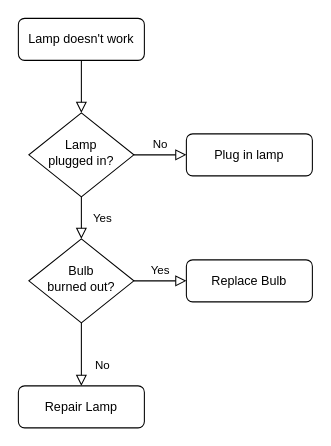
Above: 未命名绘图.drawio in ypsliu/AIMAGES (draw.io), before the change. Source tidied: cells renumbered, new cells numbered last; positions are measured from the earlier drawing's top-left corner, leaving out a move shared by most shapes. Both pictures are drawn from the tidied source at 105%, with x=0, y=0 at pixel (18, 18).
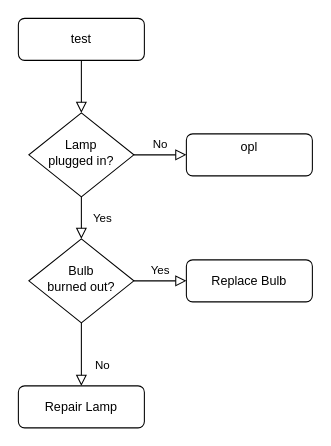
The same page after the edit.

The edit, as a diff of the source:
```diff
@@
 <mxGraphModel>
   <root>
     <mxCell id="0" />
     <mxCell id="1" parent="0" />
     <mxCell id="2" style="rounded=0;html=1;jettySize=auto;fontSize=11;endArrow=block;endFill=0;endSize=8;strokeWidth=1;shadow=0;labelBackgroundColor=none;edgeStyle=orthogonalEdgeStyle;" parent="1" edge="1" source="3" target="6">
       <mxGeometry relative="1" as="geometry" />
     </mxCell>
-    <mxCell id="3" value="Lamp doesn't work" style="rounded=1;whiteSpace=wrap;html=1;fontSize=12;glass=0;strokeWidth=1;shadow=0;" parent="1" vertex="1">
+    <mxCell id="3" value="test" style="rounded=1;whiteSpace=wrap;html=1;fontSize=12;glass=0;strokeWidth=1;shadow=0;" parent="1" vertex="1">
       <mxGeometry width="120" height="40" as="geometry" />
     </mxCell>
     <mxCell id="4" value="Yes" style="rounded=0;html=1;jettySize=auto;fontSize=11;endArrow=block;endFill=0;endSize=8;strokeWidth=1;shadow=0;labelBackgroundColor=none;edgeStyle=orthogonalEdgeStyle;" parent="1" edge="1" source="6" target="10">
       <mxGeometry y="20" relative="1" as="geometry" />
     </mxCell>
     <mxCell id="5" value="No" style="edgeStyle=orthogonalEdgeStyle;rounded=0;html=1;jettySize=auto;fontSize=11;endArrow=block;endFill=0;endSize=8;strokeWidth=1;shadow=0;labelBackgroundColor=none;" parent="1" edge="1" source="6" target="7">
       <mxGeometry y="10" relative="1" as="geometry" />
     </mxCell>
     <mxCell id="6" value="Lamp&lt;br&gt;plugged in?" style="rhombus;whiteSpace=wrap;html=1;shadow=0;fontFamily=Helvetica;fontSize=12;align=center;strokeWidth=1;spacing=6;spacingTop=-4;" parent="1" vertex="1">
       <mxGeometry x="10" y="90" width="100" height="80" as="geometry" />
     </mxCell>
-    <mxCell id="7" value="Plug in lamp" style="rounded=1;whiteSpace=wrap;html=1;fontSize=12;glass=0;strokeWidth=1;shadow=0;" parent="1" vertex="1">
+    <mxCell id="7" value="opl&lt;div&gt;&lt;br/&gt;&lt;/div&gt;" style="rounded=1;whiteSpace=wrap;html=1;fontSize=12;glass=0;strokeWidth=1;shadow=0;" parent="1" vertex="1">
       <mxGeometry x="160" y="110" width="120" height="40" as="geometry" />
     </mxCell>
     <mxCell id="8" value="No" style="rounded=0;html=1;jettySize=auto;fontSize=11;endArrow=block;endFill=0;endSize=8;strokeWidth=1;shadow=0;labelBackgroundColor=none;edgeStyle=orthogonalEdgeStyle;" parent="1" edge="1" source="10" target="11">
       <mxGeometry x="0.33" y="20" relative="1" as="geometry" />
     </mxCell>
     <mxCell id="9" value="Yes" style="edgeStyle=orthogonalEdgeStyle;rounded=0;html=1;jettySize=auto;fontSize=11;endArrow=block;endFill=0;endSize=8;strokeWidth=1;shadow=0;labelBackgroundColor=none;" parent="1" edge="1" source="10" target="12">
       <mxGeometry y="10" relative="1" as="geometry" />
     </mxCell>
     <mxCell id="10" value="Bulb&lt;br&gt;burned out?" style="rhombus;whiteSpace=wrap;html=1;shadow=0;fontFamily=Helvetica;fontSize=12;align=center;strokeWidth=1;spacing=6;spacingTop=-4;" parent="1" vertex="1">
       <mxGeometry x="10" y="210" width="100" height="80" as="geometry" />
     </mxCell>
     <mxCell id="11" value="Repair Lamp" style="rounded=1;whiteSpace=wrap;html=1;fontSize=12;glass=0;strokeWidth=1;shadow=0;" parent="1" vertex="1">
       <mxGeometry y="350" width="120" height="40" as="geometry" />
     </mxCell>
     <mxCell id="12" value="Replace Bulb" style="rounded=1;whiteSpace=wrap;html=1;fontSize=12;glass=0;strokeWidth=1;shadow=0;" parent="1" vertex="1">
       <mxGeometry x="160" y="230" width="120" height="40" as="geometry" />
     </mxCell>
   </root>
 </mxGraphModel>
```
